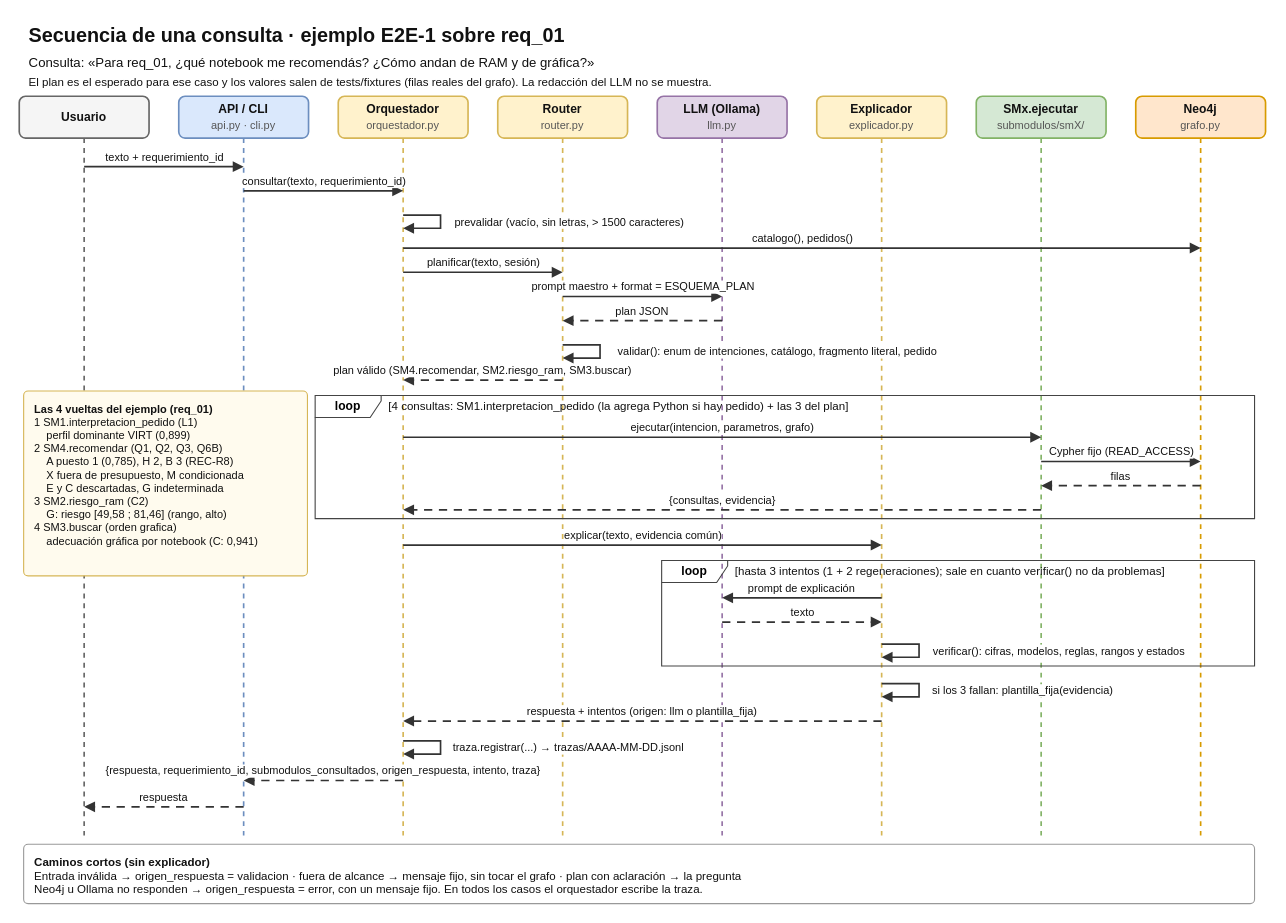
Before: docs/diagramas/secuencia_consulta.drawio in Maaurimiranda/SeleccionDeNotebooks_IA, a draw.io diagram. Source tidied: cells renumbered, new cells numbered last; positions are measured from the earlier drawing's top-left corner, leaving out a move shared by most shapes. Both pictures are drawn from the tidied source at 110%, with x=0, y=0 at pixel (19, 19).
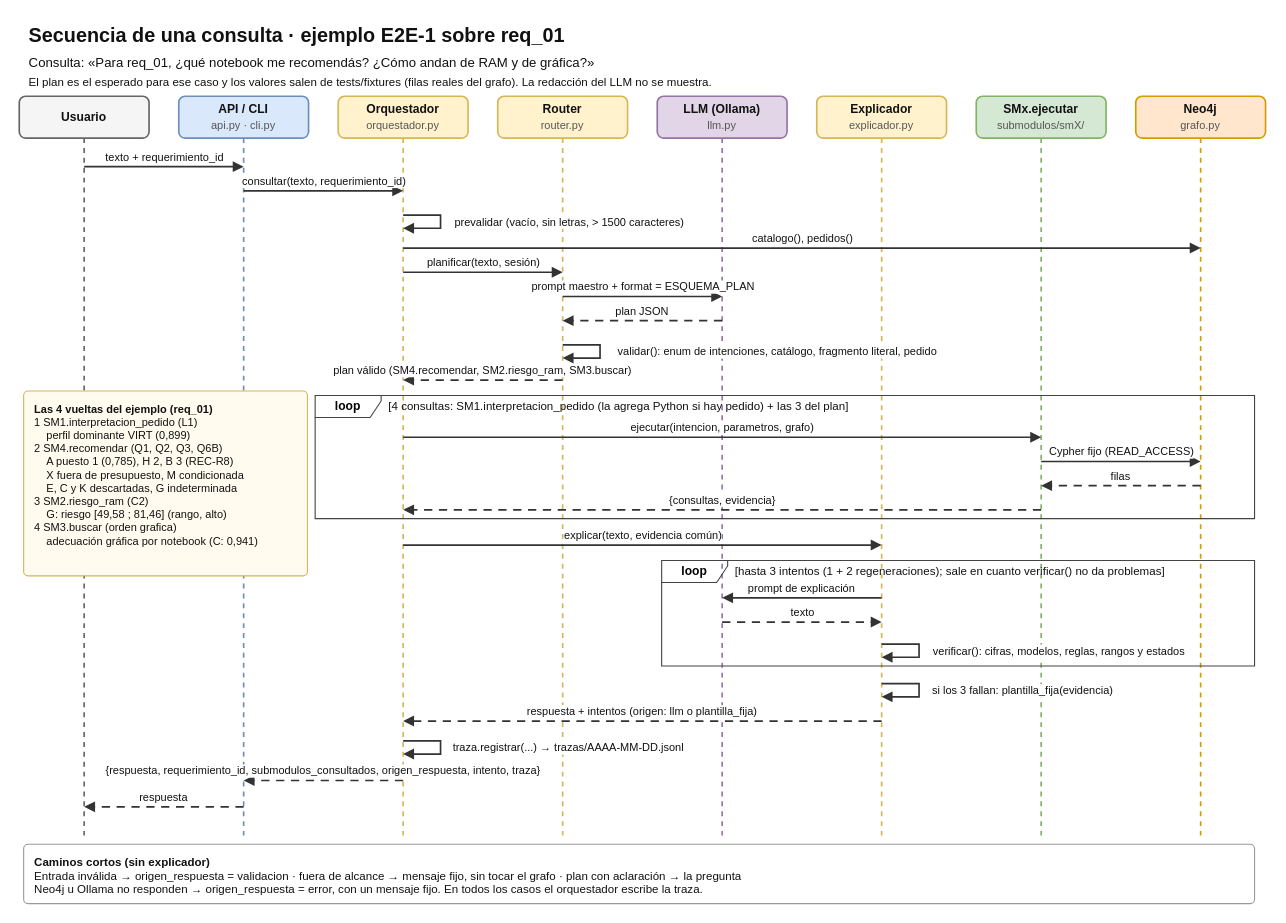
The same diagram, later.

Commit message (it also covers changes not shown here):
docs(diagramas): Add README with the function of each component and the sources of the examples

The edit, as a diff of the source:
```diff
@@
-    <mxCell id="17" value="&lt;b&gt;Las 4 vueltas del ejemplo (req_01)&lt;/b&gt;&lt;br&gt;1  SM1.interpretacion_pedido (L1)&lt;br&gt;&amp;nbsp;&amp;nbsp;&amp;nbsp;&amp;nbsp;perfil dominante VIRT (0,899)&lt;br&gt;2  SM4.recomendar (Q1, Q2, Q3, Q6B)&lt;br&gt;&amp;nbsp;&amp;nbsp;&amp;nbsp;&amp;nbsp;A puesto 1 (0,785), H 2, B 3 (REC-R8)&lt;br&gt;&amp;nbsp;&amp;nbsp;&amp;nbsp;&amp;nbsp;X fuera de presupuesto, M condicionada&lt;br&gt;&amp;nbsp;&amp;nbsp;&amp;nbsp;&amp;nbsp;E y C descartadas, G indeterminada&lt;br&gt;3  SM2.riesgo_ram (C2)&lt;br&gt;&amp;nbsp;&amp;nbsp;&amp;nbsp;&amp;nbsp;G: riesgo [49,58 ; 81,46] (rango, alto)&lt;br&gt;4  SM3.buscar (orden grafica)&lt;br&gt;&amp;nbsp;&amp;nbsp;&amp;nbsp;&amp;nbsp;adecuación gráfica por notebook (C: 0,941)" style="html=1;whiteSpace=wrap;fillColor=#fffbee;strokeColor=#d6b656;strokeWidth=1;fontSize=10;fontColor=#111111;rounded=1;absoluteArcSize=1;arcSize=8;align=left;verticalAlign=top;spacing=4;spacingLeft=6;spacingTop=2;" parent="1" vertex="1">
+    <mxCell id="17" value="&lt;b&gt;Las 4 vueltas del ejemplo (req_01)&lt;/b&gt;&lt;br&gt;1  SM1.interpretacion_pedido (L1)&lt;br&gt;&amp;nbsp;&amp;nbsp;&amp;nbsp;&amp;nbsp;perfil dominante VIRT (0,899)&lt;br&gt;2  SM4.recomendar (Q1, Q2, Q3, Q6B)&lt;br&gt;&amp;nbsp;&amp;nbsp;&amp;nbsp;&amp;nbsp;A puesto 1 (0,785), H 2, B 3 (REC-R8)&lt;br&gt;&amp;nbsp;&amp;nbsp;&amp;nbsp;&amp;nbsp;X fuera de presupuesto, M condicionada&lt;br&gt;&amp;nbsp;&amp;nbsp;&amp;nbsp;&amp;nbsp;E, C y K descartadas, G indeterminada&lt;br&gt;3  SM2.riesgo_ram (C2)&lt;br&gt;&amp;nbsp;&amp;nbsp;&amp;nbsp;&amp;nbsp;G: riesgo [49,58 ; 81,46] (rango, alto)&lt;br&gt;4  SM3.buscar (orden grafica)&lt;br&gt;&amp;nbsp;&amp;nbsp;&amp;nbsp;&amp;nbsp;adecuación gráfica por notebook (C: 0,941)" style="html=1;whiteSpace=wrap;fillColor=#fffbee;strokeColor=#d6b656;strokeWidth=1;fontSize=10;fontColor=#111111;rounded=1;absoluteArcSize=1;arcSize=8;align=left;verticalAlign=top;spacing=4;spacingLeft=6;spacingTop=2;" parent="1" vertex="1">
       <mxGeometry x="4" y="338" width="258" height="168" as="geometry" />
     </mxCell>
```
